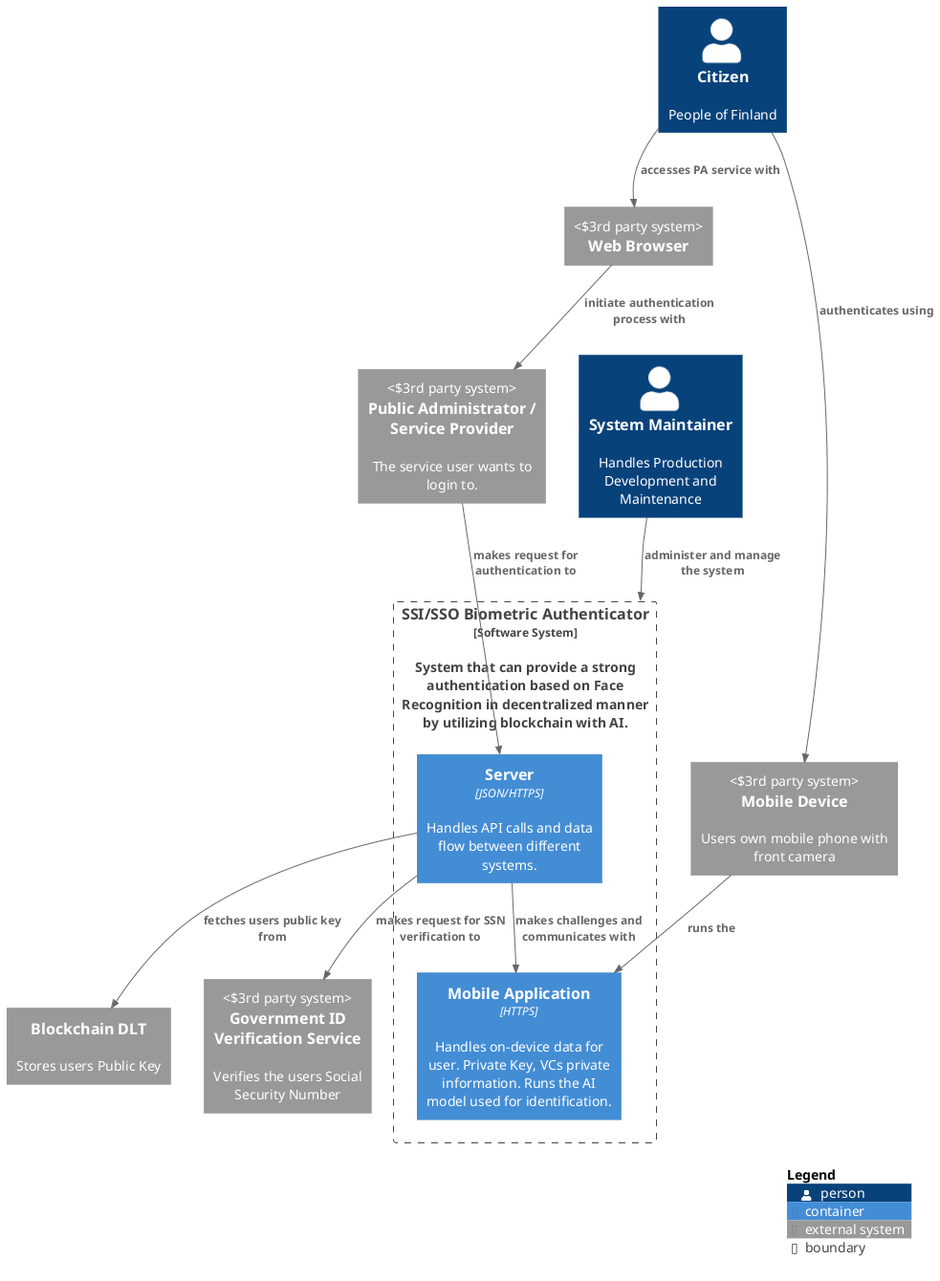
This is images/Container.png from Dorfultariant/Architecture_Diagrams, a PlantUML export, as it was before one commit.
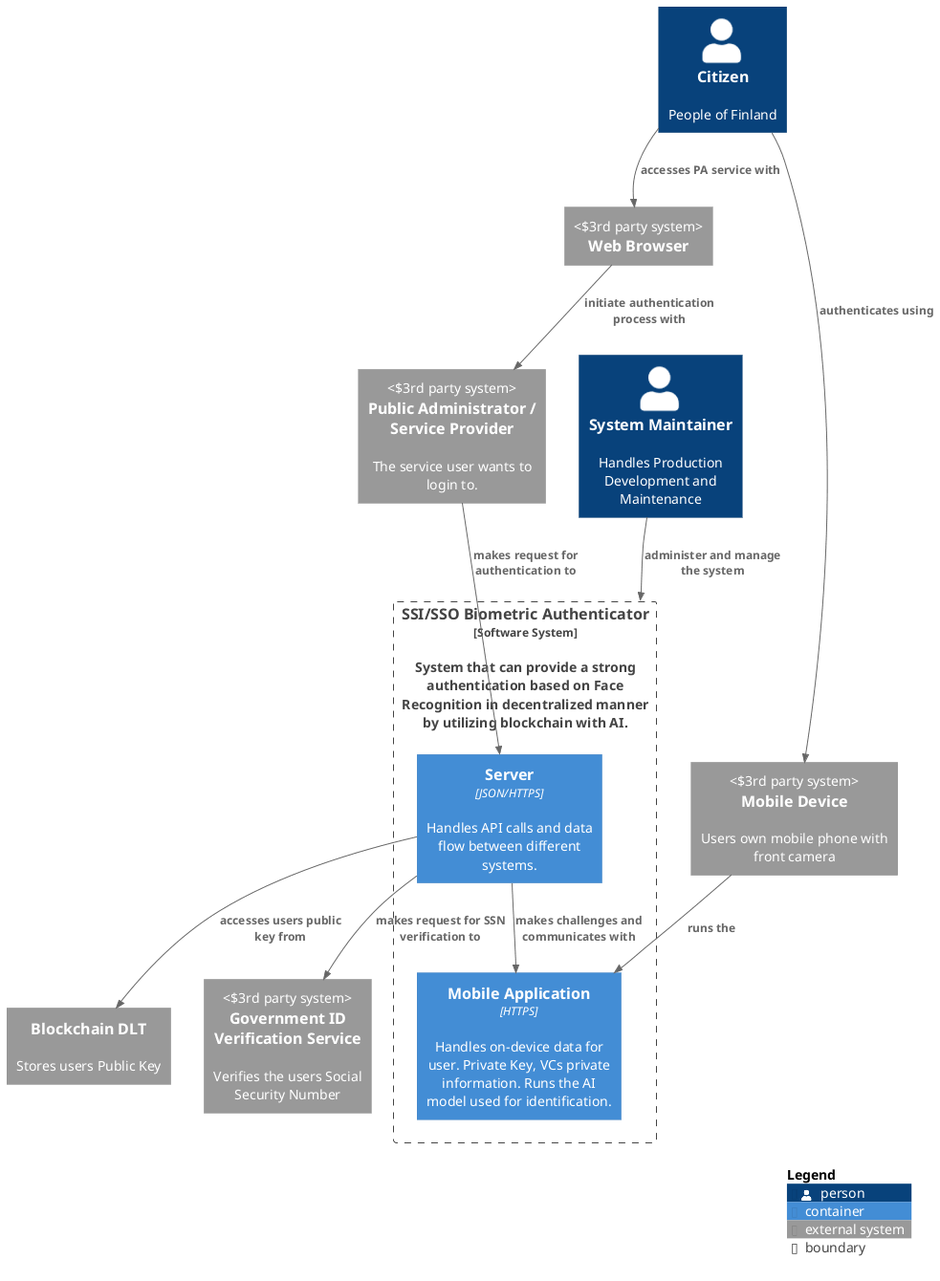
Above is the later version.

The edit, as a diff of the source:
```diff
@@ -26,7 +26,7 @@
 Rel(ext_pa, backend, "makes request for authentication to")
 Rel(phone_dev, phoneapp, "runs the", "")
 Rel(backend, govidservice, "makes request for SSN verification to")
-Rel(backend, blockchain, "fetches users public key from")
+Rel(backend, blockchain, "accesses users public key from")
 
 SHOW_LEGEND()
 
```
